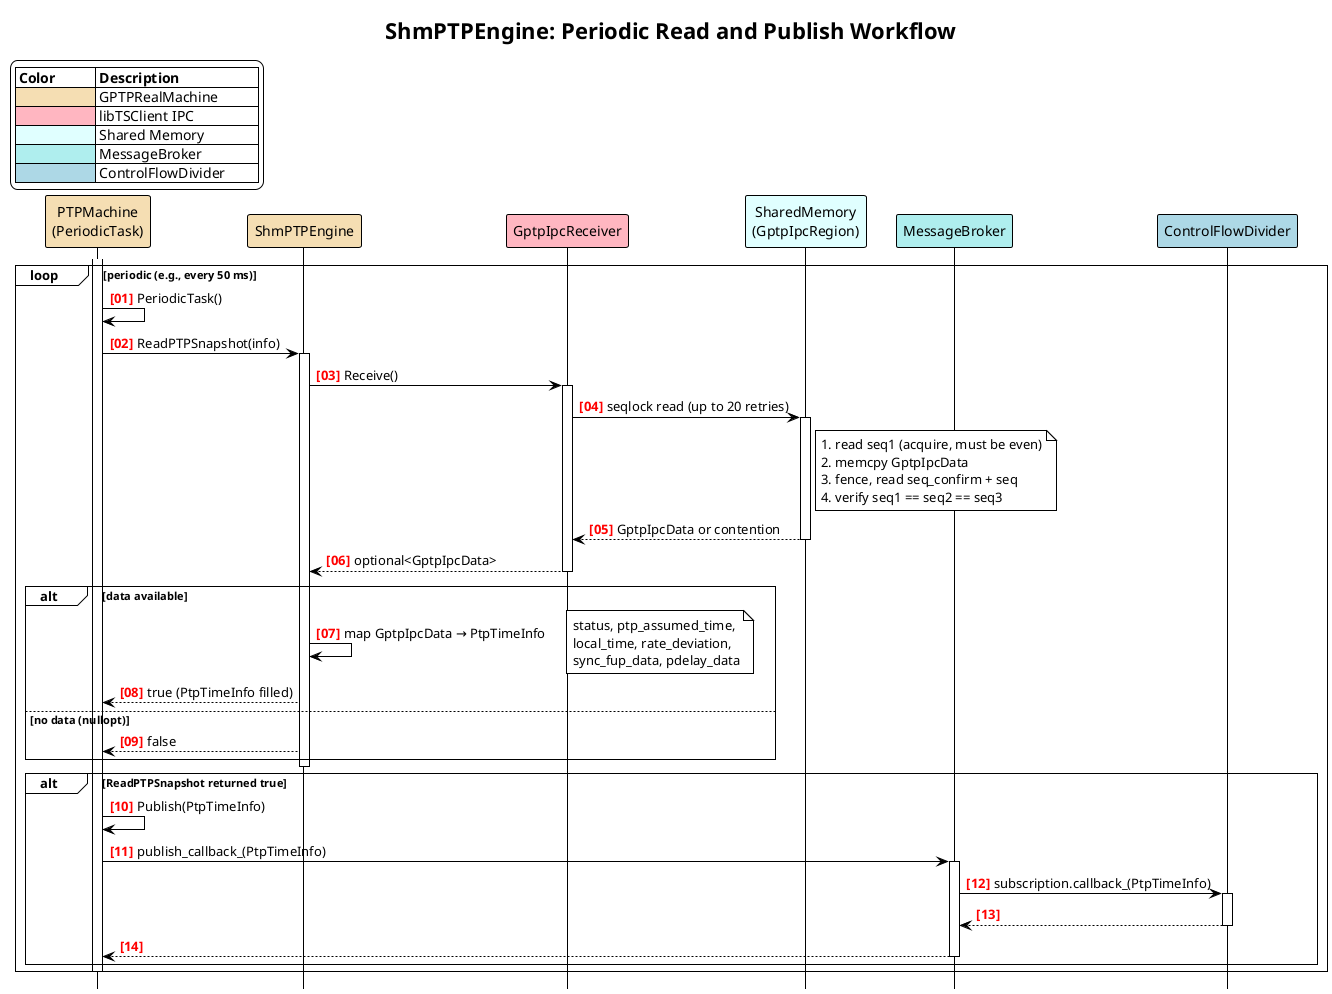
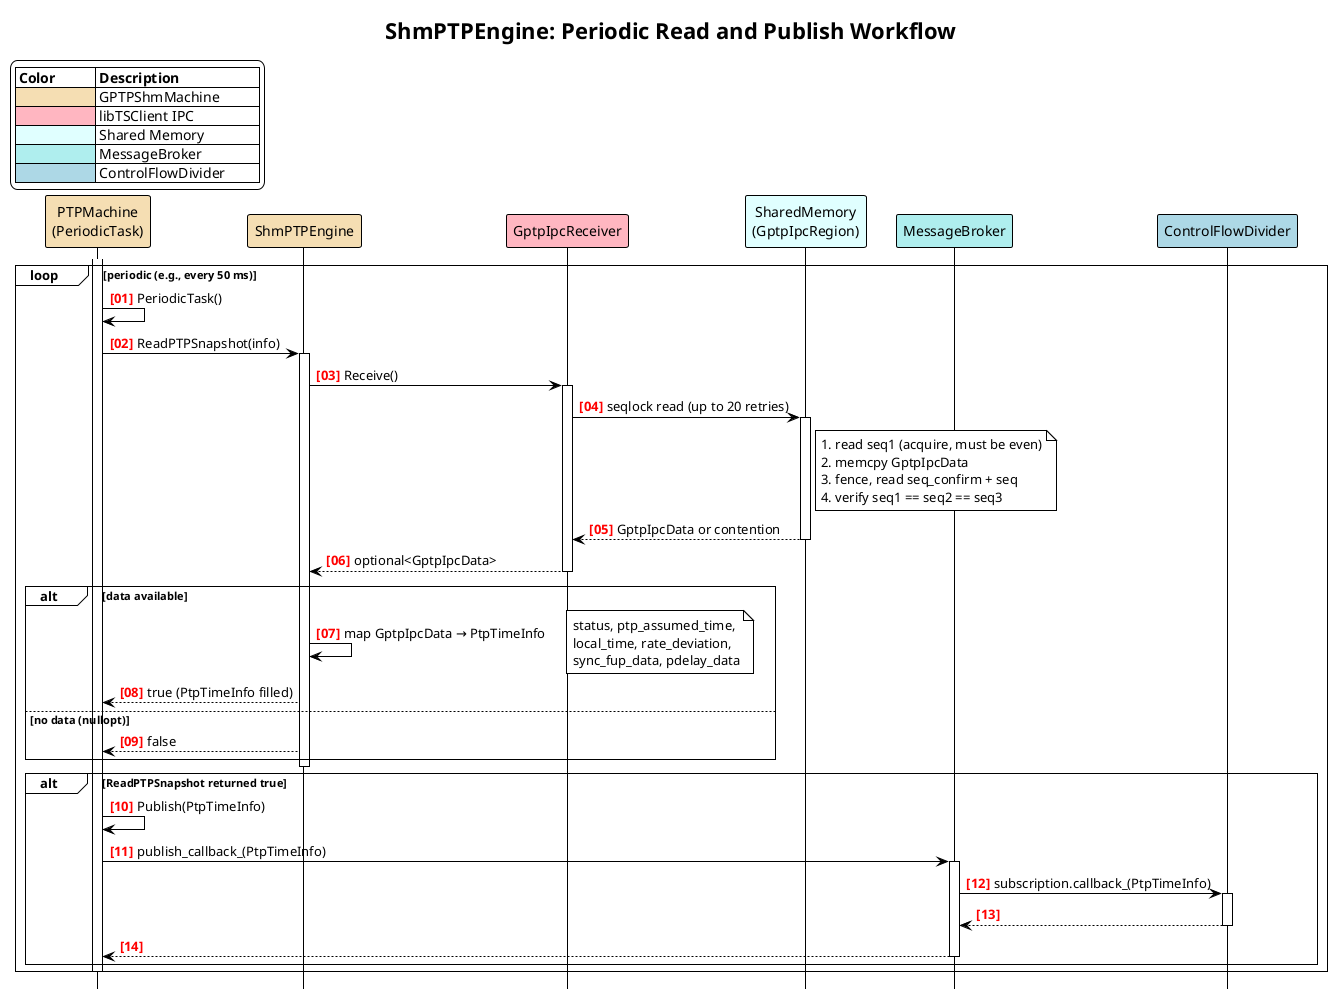
@startuml shm_ptp_engine_read_seq
!theme plain

title ShmPTPEngine: Periodic Read and Publish Workflow

hide footbox
autonumber "<font color=red><b>[00]"

legend top left
    |= Color           |= Description             |
-     | <#Wheat>         | GPTPRealMachine           |
+     | <#Wheat>         | GPTPShmMachine           |
    | <#LightPink>     | libTSClient IPC           |
    | <#LightCyan>     | Shared Memory             |
    | <#PaleTurquoise> | MessageBroker             |
    | <#LightBlue>     | ControlFlowDivider        |
endlegend

participant "PTPMachine\n(PeriodicTask)" as machine #Wheat
participant "ShmPTPEngine" as engine #Wheat
participant "GptpIpcReceiver" as receiver #LightPink
participant "SharedMemory\n(GptpIpcRegion)" as shm #LightCyan
participant "MessageBroker" as broker #PaleTurquoise
participant "ControlFlowDivider" as cfd #LightBlue

loop periodic (e.g., every 50 ms)
    activate machine
    machine -> machine : PeriodicTask()

    machine -> engine : ReadPTPSnapshot(info)
    activate engine
    engine -> receiver : Receive()
    activate receiver
    receiver -> shm : seqlock read (up to 20 retries)
    activate shm
    note right of shm
        1. read seq1 (acquire, must be even)
        2. memcpy GptpIpcData
        3. fence, read seq_confirm + seq
        4. verify seq1 == seq2 == seq3
    end note
    shm --> receiver : GptpIpcData or contention
    deactivate shm
    receiver --> engine : optional<GptpIpcData>
    deactivate receiver

    alt data available
        engine -> engine : map GptpIpcData → PtpTimeInfo
        note right
            status, ptp_assumed_time,
            local_time, rate_deviation,
            sync_fup_data, pdelay_data
        end note
        engine --> machine : true (PtpTimeInfo filled)
    else no data (nullopt)
        engine --> machine : false
    end
    deactivate engine

    alt ReadPTPSnapshot returned true
        machine -> machine : Publish(PtpTimeInfo)
        machine -> broker : publish_callback_(PtpTimeInfo)
        activate broker
        broker -> cfd : subscription.callback_(PtpTimeInfo)
        activate cfd
        cfd --> broker
        deactivate cfd
        broker --> machine
        deactivate broker
    end
    deactivate machine
end

@enduml
